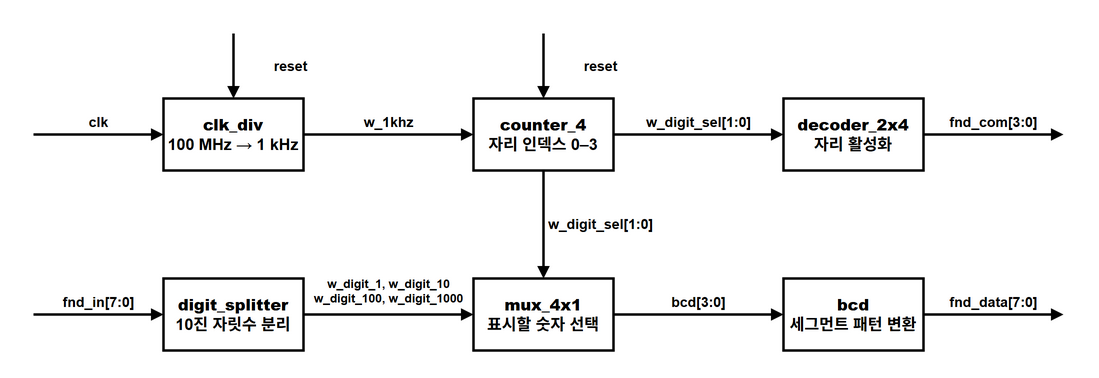
Park-Yul/Verilog-HDL-study keeps this draw.io diagram as CH3_fnd/fnd-controller.drawio.png. Above is the earlier version. Source tidied: cells renumbered, new cells last; positions are measured from the earlier drawing's top-left corner, leaving out a move shared by most shapes.
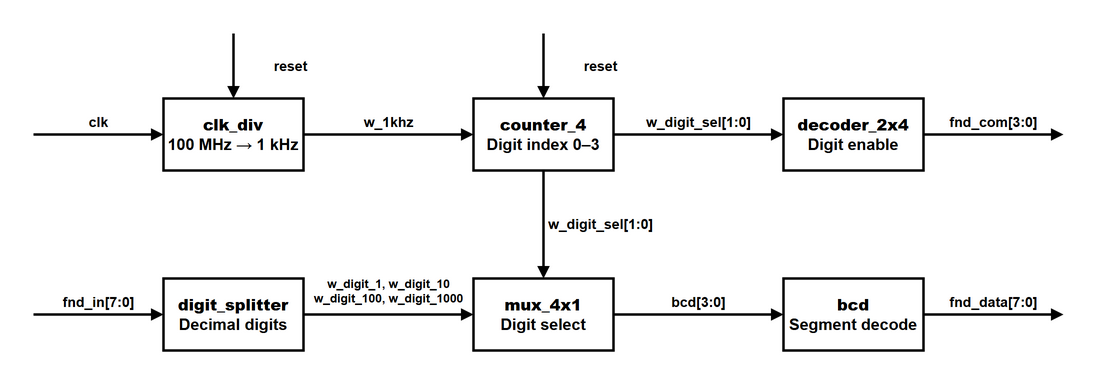
After the change.

The edit, as a diff of the source:
```diff
@@ -5,19 +5,19 @@
     <mxCell id="2" value="&lt;b&gt;clk_div&lt;/b&gt;&lt;br&gt;100 MHz → 1 kHz" style="rounded=0;whiteSpace=wrap;html=1;fillColor=#ffffff;strokeColor=#000000;fontColor=#000000;fontSize=16;strokeWidth=2.5;fontStyle=1;" parent="1" vertex="1">
       <mxGeometry x="130" y="65" width="140" height="72" as="geometry" />
     </mxCell>
-    <mxCell id="3" value="&lt;b&gt;counter_4&lt;/b&gt;&lt;br&gt;자리 인덱스 0–3" style="rounded=0;whiteSpace=wrap;html=1;fillColor=#ffffff;strokeColor=#000000;fontColor=#000000;fontSize=16;strokeWidth=2.5;fontStyle=1;" parent="1" vertex="1">
+    <mxCell id="3" value="&lt;b&gt;counter_4&lt;/b&gt;&lt;br&gt;Digit index 0–3" style="rounded=0;whiteSpace=wrap;html=1;fillColor=#ffffff;strokeColor=#000000;fontColor=#000000;fontSize=16;strokeWidth=2.5;fontStyle=1;" parent="1" vertex="1">
       <mxGeometry x="440" y="65" width="140" height="72" as="geometry" />
     </mxCell>
-    <mxCell id="4" value="&lt;b&gt;decoder_2x4&lt;/b&gt;&lt;br&gt;자리 활성화" style="rounded=0;whiteSpace=wrap;html=1;fillColor=#ffffff;strokeColor=#000000;fontColor=#000000;fontSize=16;strokeWidth=2.5;fontStyle=1;" parent="1" vertex="1">
+    <mxCell id="4" value="&lt;b&gt;decoder_2x4&lt;/b&gt;&lt;br&gt;Digit enable" style="rounded=0;whiteSpace=wrap;html=1;fillColor=#ffffff;strokeColor=#000000;fontColor=#000000;fontSize=16;strokeWidth=2.5;fontStyle=1;" parent="1" vertex="1">
       <mxGeometry x="750" y="65" width="140" height="72" as="geometry" />
     </mxCell>
-    <mxCell id="5" value="&lt;b&gt;digit_splitter&lt;/b&gt;&lt;br&gt;10진 자릿수 분리" style="rounded=0;whiteSpace=wrap;html=1;fillColor=#ffffff;strokeColor=#000000;fontColor=#000000;fontSize=16;strokeWidth=2.5;fontStyle=1;" parent="1" vertex="1">
+    <mxCell id="5" value="&lt;b&gt;digit_splitter&lt;/b&gt;&lt;br&gt;Decimal digits" style="rounded=0;whiteSpace=wrap;html=1;fillColor=#ffffff;strokeColor=#000000;fontColor=#000000;fontSize=16;strokeWidth=2.5;fontStyle=1;" parent="1" vertex="1">
       <mxGeometry x="130" y="245" width="140" height="72" as="geometry" />
     </mxCell>
-    <mxCell id="6" value="&lt;b&gt;mux_4x1&lt;/b&gt;&lt;br&gt;표시할 숫자 선택" style="rounded=0;whiteSpace=wrap;html=1;fillColor=#ffffff;strokeColor=#000000;fontColor=#000000;fontSize=16;strokeWidth=2.5;fontStyle=1;" parent="1" vertex="1">
+    <mxCell id="6" value="&lt;b&gt;mux_4x1&lt;/b&gt;&lt;br&gt;Digit select" style="rounded=0;whiteSpace=wrap;html=1;fillColor=#ffffff;strokeColor=#000000;fontColor=#000000;fontSize=16;strokeWidth=2.5;fontStyle=1;" parent="1" vertex="1">
       <mxGeometry x="440" y="245" width="140" height="72" as="geometry" />
     </mxCell>
-    <mxCell id="7" value="&lt;b&gt;bcd&lt;/b&gt;&lt;br&gt;세그먼트 패턴 변환" style="rounded=0;whiteSpace=wrap;html=1;fillColor=#ffffff;strokeColor=#000000;fontColor=#000000;fontSize=16;strokeWidth=2.5;fontStyle=1;" parent="1" vertex="1">
+    <mxCell id="7" value="&lt;b&gt;bcd&lt;/b&gt;&lt;br&gt;Segment decode" style="rounded=0;whiteSpace=wrap;html=1;fillColor=#ffffff;strokeColor=#000000;fontColor=#000000;fontSize=16;strokeWidth=2.5;fontStyle=1;" parent="1" vertex="1">
       <mxGeometry x="750" y="245" width="140" height="72" as="geometry" />
     </mxCell>
     <mxCell id="8" value="clk" style="html=1;endArrow=block;endFill=1;strokeColor=#000000;fontColor=#000000;fontSize=14;labelBackgroundColor=#ffffff;strokeWidth=2.5;fontStyle=1;" parent="1" edge="1">
```
